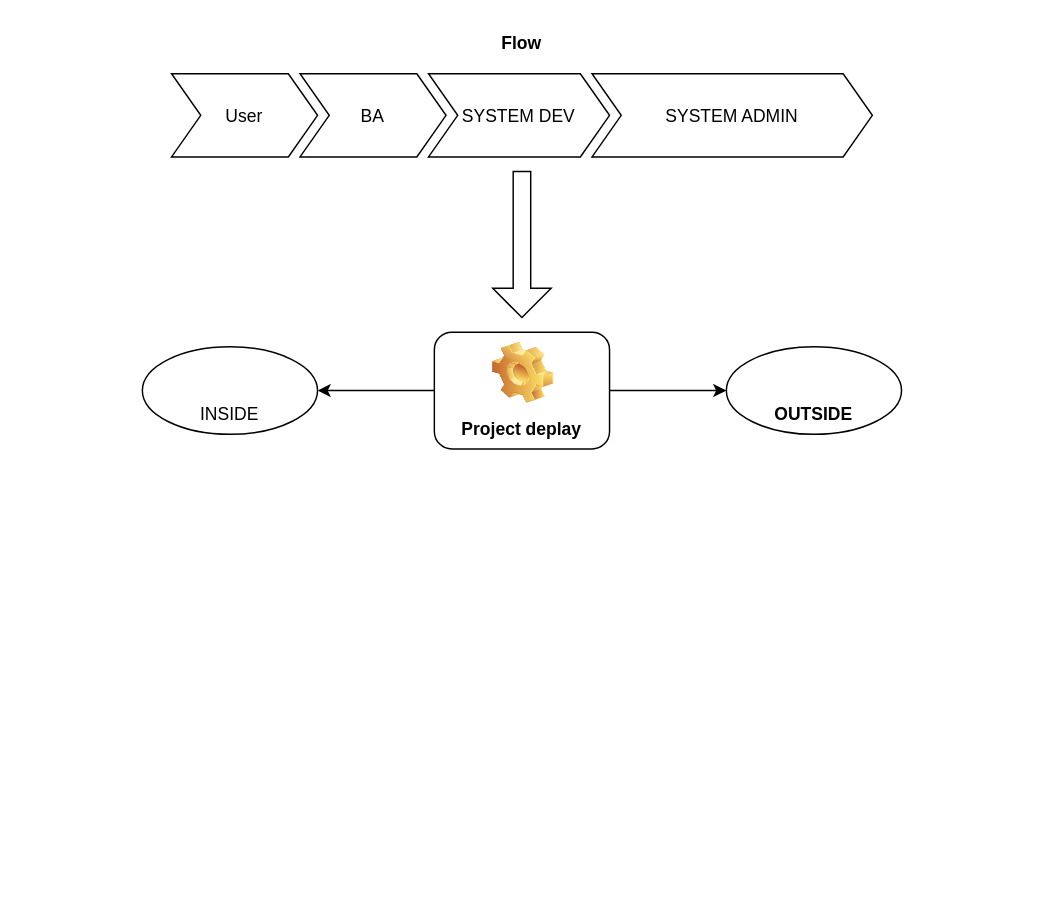
Before: Untitled Diagram.drawio in nmtuong/DrawIO, a draw.io diagram. Source tidied: cells renumbered, new cells numbered last; positions are measured from the earlier drawing's top-left corner, leaving out a move shared by most shapes. Both pictures are drawn from the tidied source at 146%, with x=0, y=0 at pixel (142, 25).
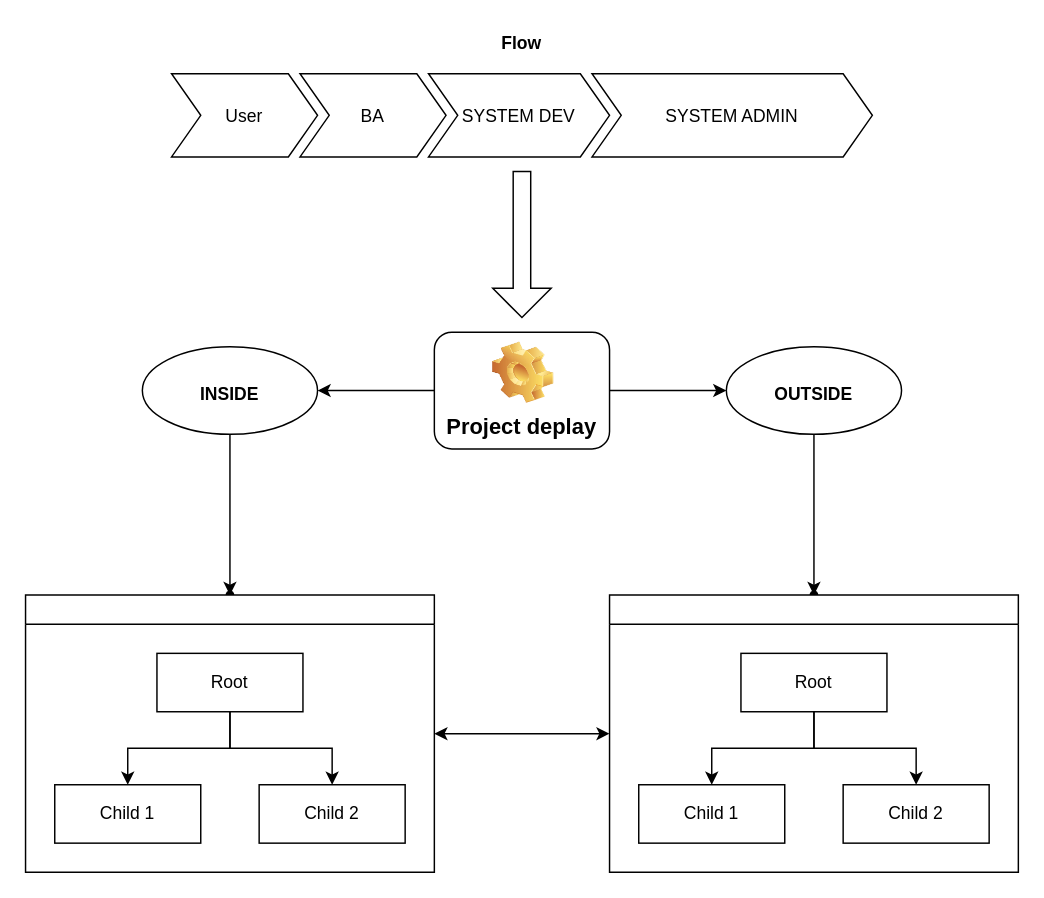
After the change.

Unchanged cells that the change refers to:
```xml
<mxCell id="6" value="Flow" style="swimlane;horizontal=1;fillColor=none;strokeColor=none;stackBorder=10;align=center;fontColor=#000000;" parent="1" vertex="1">
  <mxGeometry x="10" width="500" height="100" as="geometry" />
</mxCell>
```

Change to the diagram source:
```diff
@@
+    <mxCell id="13" style="edgeStyle=orthogonalEdgeStyle;rounded=0;jettySize=auto;html=1;" parent="1" edge="1" source="3" target="15">
+      <mxGeometry relative="1" as="geometry" />
+    </mxCell>
-    <mxCell id="3" value="&lt;span style=&quot;font-weight: 400;&quot;&gt;INSIDE&lt;/span&gt;" style="ellipse;whiteSpace=wrap;html=1;verticalAlign=bottom;fontStyle=1;spacing=2;spacingLeft=0;rounded=1;spacingBottom=4;flipH=0;flipV=0;direction=east;" parent="1" vertex="1">
+    <mxCell id="3" value="&lt;span style=&quot;&quot;&gt;INSIDE&lt;/span&gt;" style="ellipse;whiteSpace=wrap;html=1;verticalAlign=bottom;fontStyle=1;spacing=2;spacingLeft=0;rounded=1;spacingBottom=18;flipH=0;flipV=0;direction=east;align=center;" parent="1" vertex="1">
       <mxGeometry y="220" width="120" height="60" as="geometry" />
     </mxCell>
@@
-    <mxCell id="5" value="Project deplay" style="label;whiteSpace=wrap;html=1;align=center;verticalAlign=bottom;spacingLeft=0;spacingBottom=4;imageAlign=center;imageVerticalAlign=top;image=img/clipart/Gear_128x128.png;flipV=0;flipH=1;" parent="1" vertex="1">
+    <mxCell id="5" value="&lt;font style=&quot;font-size: 15px;&quot;&gt;Project deplay&lt;/font&gt;" style="label;whiteSpace=wrap;html=1;align=center;verticalAlign=bottom;spacingLeft=0;spacingBottom=4;imageAlign=center;imageVerticalAlign=top;image=img/clipart/Gear_128x128.png;flipV=0;flipH=1;" parent="1" vertex="1">
       <mxGeometry x="200" y="210" width="120" height="80" as="geometry" />
     </mxCell>
@@
-    <mxCell id="7" value="User" style="shape=step;perimeter=stepPerimeter;fixedSize=1;" parent="6" vertex="1">
+    <mxCell id="7" value="User" style="shape=step;perimeter=stepPerimeter;fixedSize=1;align=center;" parent="6" vertex="1">
       <mxGeometry x="10" y="33" width="100" height="57" as="geometry" />
     </mxCell>
-    <mxCell id="8" value="BA" style="shape=step;perimeter=stepPerimeter;fixedSize=1;" parent="6" vertex="1">
+    <mxCell id="8" value="BA" style="shape=step;perimeter=stepPerimeter;fixedSize=1;align=center;" parent="6" vertex="1">
       <mxGeometry x="98" y="33" width="100" height="57" as="geometry" />
     </mxCell>
-    <mxCell id="9" value="SYSTEM DEV" style="shape=step;perimeter=stepPerimeter;fixedSize=1;" parent="6" vertex="1">
+    <mxCell id="9" value="SYSTEM DEV" style="shape=step;perimeter=stepPerimeter;fixedSize=1;align=center;" parent="6" vertex="1">
       <mxGeometry x="186" y="33" width="124" height="57" as="geometry" />
     </mxCell>
-    <mxCell id="10" value="SYSTEM ADMIN" style="shape=step;perimeter=stepPerimeter;fixedSize=1;" parent="6" vertex="1">
+    <mxCell id="10" value="SYSTEM ADMIN" style="shape=step;perimeter=stepPerimeter;fixedSize=1;align=center;" parent="6" vertex="1">
       <mxGeometry x="298" y="33" width="192" height="57" as="geometry" />
     </mxCell>
-    <mxCell id="11" style="shape=singleArrow;direction=south;whiteSpace=wrap;html=1;" parent="1" vertex="1">
+    <mxCell id="11" style="shape=singleArrow;direction=south;whiteSpace=wrap;html=1;align=center;" parent="1" vertex="1">
       <mxGeometry x="240" y="100" width="40" height="100" as="geometry" />
     </mxCell>
+    <mxCell id="14" style="edgeStyle=orthogonalEdgeStyle;rounded=0;jettySize=auto;html=1;" parent="1" edge="1" source="12" target="16">
+      <mxGeometry relative="1" as="geometry" />
+    </mxCell>
-    <mxCell id="12" value="OUTSIDE" style="ellipse;whiteSpace=wrap;html=1;verticalAlign=bottom;fontStyle=1;spacing=2;spacingLeft=0;rounded=1;spacingBottom=4;" parent="1" vertex="1">
+    <mxCell id="12" value="OUTSIDE" style="ellipse;whiteSpace=wrap;html=1;verticalAlign=bottom;fontStyle=1;spacing=2;spacingLeft=0;rounded=1;spacingBottom=18;rotation=0;flipV=1;flipH=0;labelBorderColor=none;labelBackgroundColor=none;spacingTop=0;align=center;" parent="1" vertex="1">
       <mxGeometry x="400" y="220" width="120" height="60" as="geometry" />
     </mxCell>
+    <mxCell id="15" style="shape=waypoint;sketch=0;size=6;points=[];fillColor=default;perimeter=centerPerimeter;snapToPoint=1;verticalAlign=bottom;fontStyle=1;spacing=2;spacingLeft=0;rounded=1;spacingBottom=4;align=center;" parent="1" vertex="1">
+      <mxGeometry x="40" y="370" width="40" height="40" as="geometry" />
+    </mxCell>
+    <mxCell id="16" style="shape=waypoint;sketch=0;size=6;points=[];fillColor=default;perimeter=centerPerimeter;snapToPoint=1;verticalAlign=bottom;fontStyle=1;spacing=2;spacingLeft=0;rounded=1;spacingBottom=4;align=center;" parent="1" vertex="1">
+      <mxGeometry x="440" y="370" width="40" height="40" as="geometry" />
+    </mxCell>
+    <mxCell id="17" style="swimlane;startSize=20;horizontal=1;horizontalTree=0;containerType=tree;align=center;" parent="1" vertex="1">
+      <mxGeometry x="-80" y="390" width="280" height="190" as="geometry" />
+    </mxCell>
+    <mxCell id="18" value="Root" style="whiteSpace=wrap;html=1;align=center;" parent="17" vertex="1">
+      <mxGeometry x="90" y="40" width="100" height="40" as="geometry" />
+    </mxCell>
+    <mxCell id="19" value="Child 1" style="whiteSpace=wrap;html=1;align=center;" parent="17" vertex="1">
+      <mxGeometry x="20" y="130" width="100" height="40" as="geometry" />
+    </mxCell>
+    <mxCell id="20" style="edgeStyle=elbowEdgeStyle;elbow=vertical;html=1;rounded=0;" parent="17" edge="1" source="18" target="19">
+      <mxGeometry relative="1" as="geometry" />
+    </mxCell>
+    <mxCell id="21" value="Child 2" style="whiteSpace=wrap;html=1;align=center;" parent="17" vertex="1">
+      <mxGeometry x="160" y="130" width="100" height="40" as="geometry" />
+    </mxCell>
+    <mxCell id="22" style="edgeStyle=elbowEdgeStyle;elbow=vertical;html=1;rounded=0;" parent="17" edge="1" source="18" target="21">
+      <mxGeometry relative="1" as="geometry" />
+    </mxCell>
+    <mxCell id="23" style="swimlane;startSize=20;horizontal=1;horizontalTree=0;containerType=tree;align=center;" parent="1" vertex="1">
+      <mxGeometry x="320" y="390" width="280" height="190" as="geometry" />
+    </mxCell>
+    <mxCell id="24" value="Root" style="whiteSpace=wrap;html=1;align=center;" parent="23" vertex="1">
+      <mxGeometry x="90" y="40" width="100" height="40" as="geometry" />
+    </mxCell>
+    <mxCell id="25" value="Child 1" style="whiteSpace=wrap;html=1;align=center;" parent="23" vertex="1">
+      <mxGeometry x="20" y="130" width="100" height="40" as="geometry" />
+    </mxCell>
+    <mxCell id="26" style="edgeStyle=elbowEdgeStyle;elbow=vertical;html=1;rounded=0;" parent="23" edge="1" source="24" target="25">
+      <mxGeometry relative="1" as="geometry" />
+    </mxCell>
+    <mxCell id="27" value="Child 2" style="whiteSpace=wrap;html=1;align=center;" parent="23" vertex="1">
+      <mxGeometry x="160" y="130" width="100" height="40" as="geometry" />
+    </mxCell>
+    <mxCell id="28" style="edgeStyle=elbowEdgeStyle;elbow=vertical;html=1;rounded=0;" parent="23" edge="1" source="24" target="27">
+      <mxGeometry relative="1" as="geometry" />
+    </mxCell>
+    <mxCell id="29" style="endArrow=classic;startArrow=classic;html=1;rounded=0;fontSize=15;exitX=1;exitY=0.5;exitDx=0;exitDy=0;entryX=0;entryY=0.5;entryDx=0;entryDy=0;" parent="1" edge="1" source="17" target="23">
+      <mxGeometry relative="1" as="geometry" />
+    </mxCell>
```
